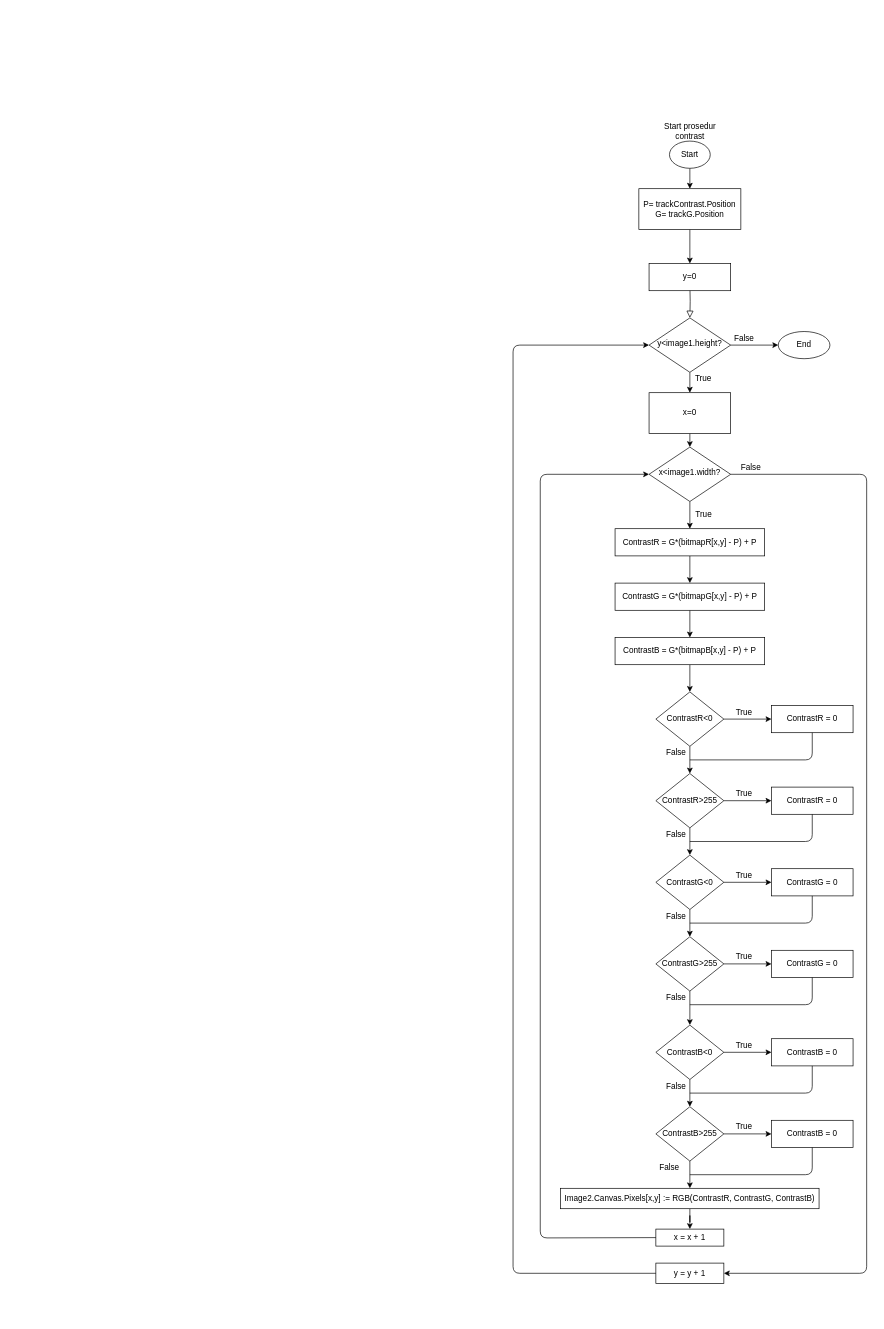
NRZero1/Image_Enhancement keeps this draw.io diagram as Flowchart/Contrast.drawio. Above is the earlier version. Source tidied: cells renumbered, new cells numbered last; positions are measured from the earlier drawing's top-left corner, leaving out a move shared by most shapes. Both pictures are drawn from the tidied source at 68%, with x=0, y=0 at pixel (513, 120).
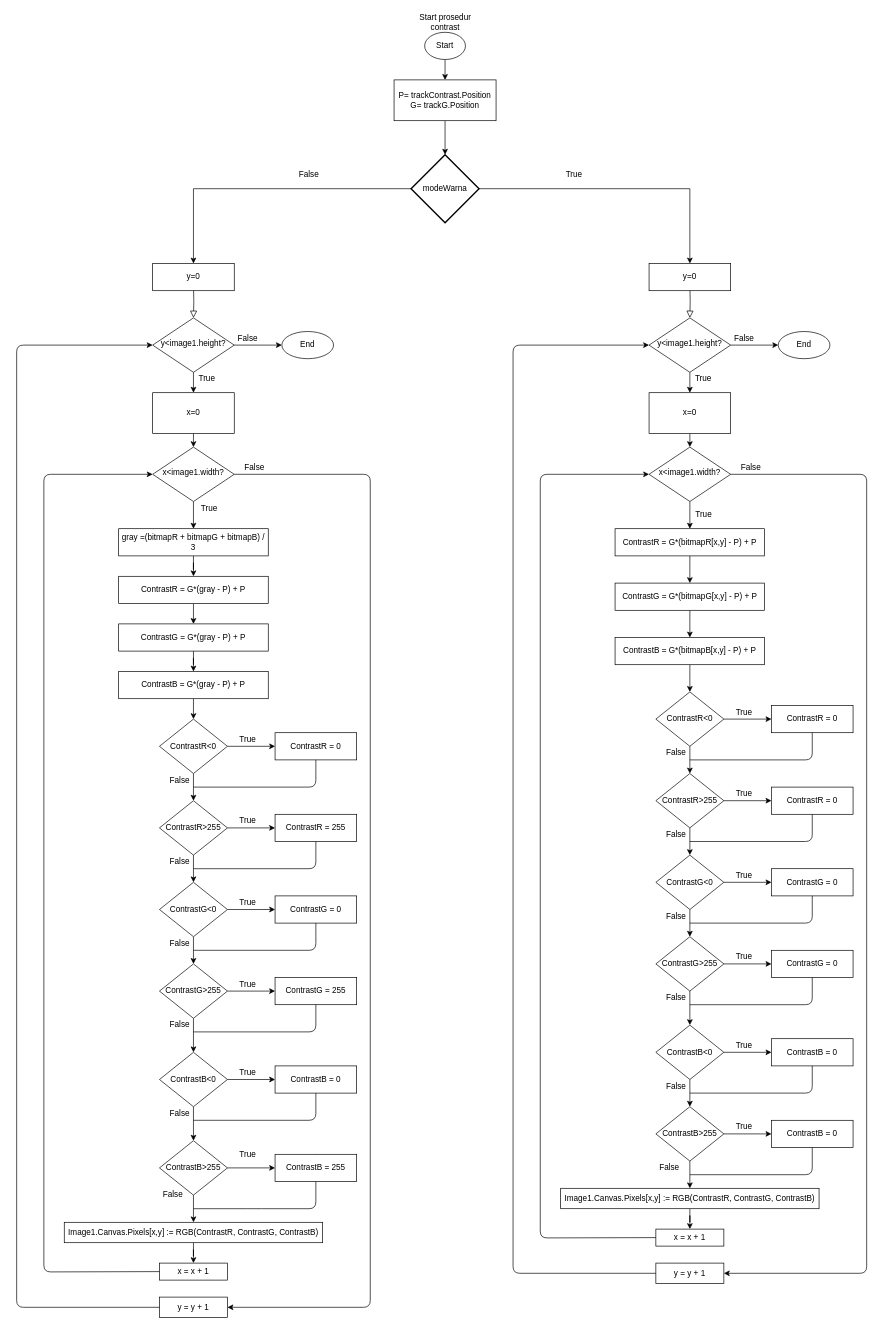
The same page after the edit.

The change refers to these unchanged cells:
```xml
<mxCell id="18" value="y=0" style="rounded=0;whiteSpace=wrap;html=1;" parent="1" vertex="1">
  <mxGeometry x="200" y="210" width="120" height="40" as="geometry" />
</mxCell>
```

Diff of the diagram source:
```diff
@@
     <mxCell id="8" value="Start" style="ellipse;whiteSpace=wrap;html=1;" parent="1" vertex="1">
-      <mxGeometry x="230" y="30" width="60" height="40" as="geometry" />
+      <mxGeometry x="-130" y="-130" width="60" height="40" as="geometry" />
     </mxCell>
     <mxCell id="9" value="&lt;div&gt;Start prosedur&lt;/div&gt;&lt;div&gt;contrast&lt;br&gt;&lt;/div&gt;" style="text;html=1;align=center;verticalAlign=middle;" parent="1" vertex="1">
-      <mxGeometry x="215" width="90" height="30" as="geometry" />
+      <mxGeometry x="-145" y="-160" width="90" height="30" as="geometry" />
     </mxCell>
@@
-    <mxCell id="19" style="edgeStyle=orthogonalEdgeStyle;rounded=0;jettySize=auto;html=1;exitX=0.5;exitY=1;exitDx=0;exitDy=0;entryX=0.5;entryY=0;entryDx=0;entryDy=0;" parent="1" edge="1" source="20" target="18">
-      <mxGeometry relative="1" as="geometry" />
-    </mxCell>
+    <mxCell id="76" style="edgeStyle=orthogonalEdgeStyle;rounded=0;jettySize=auto;html=1;entryX=0.5;entryY=0;entryDx=0;entryDy=0;entryPerimeter=0;" parent="1" edge="1" source="20" target="79">
+      <mxGeometry relative="1" as="geometry" />
+    </mxCell>
     <mxCell id="20" value="&lt;div&gt;P= trackContrast.Position&lt;/div&gt;&lt;div&gt;G= trackG.Position&lt;br&gt;&lt;/div&gt;" style="rounded=0;whiteSpace=wrap;html=1;" parent="1" vertex="1">
-      <mxGeometry x="185" y="100" width="150" height="60" as="geometry" />
+      <mxGeometry x="-175" y="-60" width="150" height="60" as="geometry" />
     </mxCell>
@@
-    <mxCell id="69" value="Image2.Canvas.Pixels[x,y] := RGB(ContrastR, ContrastG, ContrastB)" style="whiteSpace=wrap;html=1;" parent="1" vertex="1">
+    <mxCell id="69" value="Image1.Canvas.Pixels[x,y] := RGB(ContrastR, ContrastG, ContrastB)" style="whiteSpace=wrap;html=1;" parent="1" vertex="1">
       <mxGeometry x="70" y="1570" width="380" height="30" as="geometry" />
     </mxCell>
@@
+    <mxCell id="77" style="edgeStyle=orthogonalEdgeStyle;rounded=0;jettySize=auto;html=1;" parent="1" edge="1" source="79" target="18">
+      <mxGeometry relative="1" as="geometry" />
+    </mxCell>
+    <mxCell id="78" style="edgeStyle=orthogonalEdgeStyle;rounded=0;jettySize=auto;html=1;entryX=0.5;entryY=0;entryDx=0;entryDy=0;" parent="1" edge="1" source="79" target="94">
+      <mxGeometry relative="1" as="geometry" />
+    </mxCell>
+    <mxCell id="79" value="modeWarna" style="strokeWidth=2;html=1;shape=mxgraph.flowchart.decision;whiteSpace=wrap;" parent="1" vertex="1">
+      <mxGeometry x="-150" y="50" width="100" height="100" as="geometry" />
+    </mxCell>
+    <mxCell id="80" style="rounded=0;html=1;jettySize=auto;fontSize=11;endArrow=block;endFill=0;endSize=8;strokeWidth=1;shadow=0;labelBackgroundColor=none;edgeStyle=orthogonalEdgeStyle;" parent="1" edge="1" target="82">
+      <mxGeometry relative="1" as="geometry">
+        <mxPoint x="-470" y="240" as="sourcePoint" />
+      </mxGeometry>
+    </mxCell>
+    <mxCell id="81" style="edgeStyle=orthogonalEdgeStyle;rounded=0;jettySize=auto;html=1;exitX=0.5;exitY=1;exitDx=0;exitDy=0;entryX=0.5;entryY=0;entryDx=0;entryDy=0;" parent="1" edge="1" source="82" target="96">
+      <mxGeometry relative="1" as="geometry" />
+    </mxCell>
+    <mxCell id="82" value="y&amp;lt;image1.height?" style="rhombus;whiteSpace=wrap;html=1;shadow=0;fontFamily=Helvetica;fontSize=12;align=center;strokeWidth=1;spacing=6;spacingTop=-4;" parent="1" vertex="1">
+      <mxGeometry x="-530" y="290" width="120" height="80" as="geometry" />
+    </mxCell>
+    <mxCell id="83" style="edgeStyle=orthogonalEdgeStyle;rounded=0;jettySize=auto;html=1;exitX=0.5;exitY=1;exitDx=0;exitDy=0;" parent="1" edge="1" source="153" target="98">
+      <mxGeometry relative="1" as="geometry" />
+    </mxCell>
+    <mxCell id="84" style="edgeStyle=orthogonalEdgeStyle;rounded=0;jettySize=auto;html=1;exitX=0.5;exitY=1;exitDx=0;exitDy=0;" parent="1" edge="1" source="85" target="153">
+      <mxGeometry relative="1" as="geometry" />
+    </mxCell>
+    <mxCell id="85" value="x&amp;lt;image1.width?" style="rhombus;whiteSpace=wrap;html=1;shadow=0;fontFamily=Helvetica;fontSize=12;align=center;strokeWidth=1;spacing=6;spacingTop=-4;" parent="1" vertex="1">
+      <mxGeometry x="-530" y="480" width="120" height="80" as="geometry" />
+    </mxCell>
+    <mxCell id="86" value="End" style="ellipse;whiteSpace=wrap;html=1;" parent="1" vertex="1">
+      <mxGeometry x="-340" y="310" width="76" height="40" as="geometry" />
+    </mxCell>
+    <mxCell id="87" value="False" style="text;html=1;strokeColor=none;fillColor=none;align=center;verticalAlign=middle;whiteSpace=wrap;rounded=0;" parent="1" vertex="1">
+      <mxGeometry x="-410" y="310" width="40" height="20" as="geometry" />
+    </mxCell>
+    <mxCell id="88" style="endArrow=classic;html=1;exitX=1;exitY=0.5;exitDx=0;exitDy=0;entryX=0;entryY=0.5;entryDx=0;entryDy=0;" parent="1" edge="1" source="82" target="86">
+      <mxGeometry relative="1" as="geometry" />
+    </mxCell>
+    <mxCell id="89" value="True" style="text;html=1;strokeColor=none;fillColor=none;align=center;verticalAlign=middle;whiteSpace=wrap;rounded=0;" parent="1" vertex="1">
+      <mxGeometry x="-470" y="370" width="40" height="20" as="geometry" />
+    </mxCell>
+    <mxCell id="90" value="True" style="text;html=1;align=center;verticalAlign=middle;" parent="1" vertex="1">
+      <mxGeometry x="-467" y="561" width="40" height="20" as="geometry" />
+    </mxCell>
+    <mxCell id="91" style="edgeStyle=orthogonalEdgeStyle;rounded=0;jettySize=auto;html=1;" parent="1" edge="1" source="92" target="107">
+      <mxGeometry relative="1" as="geometry" />
+    </mxCell>
+    <mxCell id="92" value="ContrastR&amp;lt;0" style="rhombus;whiteSpace=wrap;html=1;" parent="1" vertex="1">
+      <mxGeometry x="-520" y="880" width="100" height="80" as="geometry" />
+    </mxCell>
+    <mxCell id="93" style="endArrow=classic;html=1;exitX=1;exitY=0.5;exitDx=0;exitDy=0;entryX=0;entryY=0.5;entryDx=0;entryDy=0;" parent="1" edge="1" source="92" target="103">
+      <mxGeometry relative="1" as="geometry" />
+    </mxCell>
+    <mxCell id="94" value="y=0" style="rounded=0;whiteSpace=wrap;html=1;" parent="1" vertex="1">
+      <mxGeometry x="-530" y="210" width="120" height="40" as="geometry" />
+    </mxCell>
+    <mxCell id="95" style="edgeStyle=orthogonalEdgeStyle;rounded=0;jettySize=auto;html=1;exitX=0.5;exitY=1;exitDx=0;exitDy=0;entryX=0.5;entryY=0;entryDx=0;entryDy=0;" parent="1" edge="1" source="96" target="85">
+      <mxGeometry relative="1" as="geometry" />
+    </mxCell>
+    <mxCell id="96" value="x=0" style="rounded=0;whiteSpace=wrap;html=1;" parent="1" vertex="1">
+      <mxGeometry x="-530" y="400" width="120" height="60" as="geometry" />
+    </mxCell>
+    <mxCell id="97" style="edgeStyle=orthogonalEdgeStyle;rounded=0;jettySize=auto;html=1;exitX=0.5;exitY=1;exitDx=0;exitDy=0;entryX=0.5;entryY=0;entryDx=0;entryDy=0;" parent="1" edge="1" source="98" target="100">
+      <mxGeometry relative="1" as="geometry" />
+    </mxCell>
+    <mxCell id="98" value="ContrastR = G*(gray - P) + P" style="rounded=0;whiteSpace=wrap;html=1;" parent="1" vertex="1">
+      <mxGeometry x="-580" y="670" width="220" height="40" as="geometry" />
+    </mxCell>
+    <mxCell id="99" style="edgeStyle=orthogonalEdgeStyle;rounded=0;jettySize=auto;html=1;exitX=0.5;exitY=1;exitDx=0;exitDy=0;" parent="1" edge="1" source="100" target="102">
+      <mxGeometry relative="1" as="geometry" />
+    </mxCell>
+    <mxCell id="100" value="ContrastG = G*(gray - P) + P" style="rounded=0;whiteSpace=wrap;html=1;" parent="1" vertex="1">
+      <mxGeometry x="-580" y="740" width="220" height="40" as="geometry" />
+    </mxCell>
+    <mxCell id="101" style="edgeStyle=orthogonalEdgeStyle;rounded=0;jettySize=auto;html=1;exitX=0.5;exitY=1;exitDx=0;exitDy=0;entryX=0.5;entryY=0;entryDx=0;entryDy=0;" parent="1" edge="1" source="102" target="92">
+      <mxGeometry relative="1" as="geometry" />
+    </mxCell>
+    <mxCell id="102" value="ContrastB = G*(gray - P) + P" style="rounded=0;whiteSpace=wrap;html=1;" parent="1" vertex="1">
+      <mxGeometry x="-580" y="810" width="220" height="40" as="geometry" />
+    </mxCell>
+    <mxCell id="103" value="ContrastR = 0" style="rounded=0;whiteSpace=wrap;html=1;" parent="1" vertex="1">
+      <mxGeometry x="-350" y="900" width="120" height="40" as="geometry" />
+    </mxCell>
+    <mxCell id="104" value="True" style="text;html=1;strokeColor=none;fillColor=none;align=center;verticalAlign=middle;whiteSpace=wrap;rounded=0;" parent="1" vertex="1">
+      <mxGeometry x="-410" y="900" width="40" height="20" as="geometry" />
+    </mxCell>
+    <mxCell id="105" style="edgeStyle=orthogonalEdgeStyle;rounded=0;jettySize=auto;html=1;" parent="1" edge="1" source="107" target="110">
+      <mxGeometry relative="1" as="geometry" />
+    </mxCell>
+    <mxCell id="106" style="edgeStyle=orthogonalEdgeStyle;rounded=0;jettySize=auto;html=1;" parent="1" edge="1" source="107" target="113">
+      <mxGeometry relative="1" as="geometry" />
+    </mxCell>
+    <mxCell id="107" value="ContrastR&amp;gt;255" style="rhombus;whiteSpace=wrap;html=1;" parent="1" vertex="1">
+      <mxGeometry x="-520" y="1000" width="100" height="80" as="geometry" />
+    </mxCell>
+    <mxCell id="108" style="endArrow=none;html=1;entryX=0.5;entryY=1;entryDx=0;entryDy=0;" parent="1" edge="1" target="103">
+      <mxGeometry relative="1" as="geometry">
+        <mxPoint x="-470" y="980" as="sourcePoint" />
+        <Array as="points">
+          <mxPoint x="-290" y="980" />
+        </Array>
+      </mxGeometry>
+    </mxCell>
+    <mxCell id="109" value="False" style="text;html=1;strokeColor=none;fillColor=none;align=center;verticalAlign=middle;whiteSpace=wrap;rounded=0;" parent="1" vertex="1">
+      <mxGeometry x="-510" y="1450" width="40" height="20" as="geometry" />
+    </mxCell>
+    <mxCell id="110" value="ContrastR = 255" style="rounded=0;whiteSpace=wrap;html=1;" parent="1" vertex="1">
+      <mxGeometry x="-350" y="1020" width="120" height="40" as="geometry" />
+    </mxCell>
+    <mxCell id="111" style="edgeStyle=orthogonalEdgeStyle;rounded=0;jettySize=auto;html=1;" parent="1" edge="1" source="113" target="114">
+      <mxGeometry relative="1" as="geometry" />
+    </mxCell>
+    <mxCell id="112" style="edgeStyle=orthogonalEdgeStyle;rounded=0;jettySize=auto;html=1;" parent="1" edge="1" source="113" target="117">
+      <mxGeometry relative="1" as="geometry" />
+    </mxCell>
+    <mxCell id="113" value="ContrastG&amp;lt;0" style="rhombus;whiteSpace=wrap;html=1;" parent="1" vertex="1">
+      <mxGeometry x="-520" y="1120" width="100" height="80" as="geometry" />
+    </mxCell>
+    <mxCell id="114" value="ContrastG = 0" style="rounded=0;whiteSpace=wrap;html=1;" parent="1" vertex="1">
+      <mxGeometry x="-350" y="1140" width="120" height="40" as="geometry" />
+    </mxCell>
+    <mxCell id="115" style="edgeStyle=orthogonalEdgeStyle;rounded=0;jettySize=auto;html=1;" parent="1" edge="1" source="117" target="118">
+      <mxGeometry relative="1" as="geometry" />
+    </mxCell>
+    <mxCell id="116" style="edgeStyle=orthogonalEdgeStyle;rounded=0;jettySize=auto;html=1;" parent="1" edge="1" source="117" target="121">
+      <mxGeometry relative="1" as="geometry" />
+    </mxCell>
+    <mxCell id="117" value="ContrastG&amp;gt;255" style="rhombus;whiteSpace=wrap;html=1;" parent="1" vertex="1">
+      <mxGeometry x="-520" y="1240" width="100" height="80" as="geometry" />
+    </mxCell>
+    <mxCell id="118" value="ContrastG = 255" style="rounded=0;whiteSpace=wrap;html=1;" parent="1" vertex="1">
+      <mxGeometry x="-350" y="1260" width="120" height="40" as="geometry" />
+    </mxCell>
+    <mxCell id="119" style="edgeStyle=orthogonalEdgeStyle;rounded=0;jettySize=auto;html=1;" parent="1" edge="1" source="121" target="125">
+      <mxGeometry relative="1" as="geometry" />
+    </mxCell>
+    <mxCell id="120" style="edgeStyle=orthogonalEdgeStyle;rounded=0;jettySize=auto;html=1;" parent="1" edge="1" source="121" target="128">
+      <mxGeometry relative="1" as="geometry" />
+    </mxCell>
+    <mxCell id="121" value="ContrastB&amp;lt;0" style="rhombus;whiteSpace=wrap;html=1;" parent="1" vertex="1">
+      <mxGeometry x="-520" y="1370" width="100" height="80" as="geometry" />
+    </mxCell>
+    <mxCell id="122" style="endArrow=none;html=1;entryX=0.5;entryY=1;entryDx=0;entryDy=0;" parent="1" edge="1">
+      <mxGeometry relative="1" as="geometry">
+        <mxPoint x="-470" y="1100" as="sourcePoint" />
+        <mxPoint x="-290" y="1060" as="targetPoint" />
+        <Array as="points">
+          <mxPoint x="-290" y="1100" />
+        </Array>
+      </mxGeometry>
+    </mxCell>
+    <mxCell id="123" style="endArrow=none;html=1;entryX=0.5;entryY=1;entryDx=0;entryDy=0;" parent="1" edge="1">
+      <mxGeometry relative="1" as="geometry">
+        <mxPoint x="-470" y="1220" as="sourcePoint" />
+        <mxPoint x="-290" y="1180" as="targetPoint" />
+        <Array as="points">
+          <mxPoint x="-290" y="1220" />
+        </Array>
+      </mxGeometry>
+    </mxCell>
+    <mxCell id="124" style="endArrow=none;html=1;entryX=0.5;entryY=1;entryDx=0;entryDy=0;" parent="1" edge="1">
+      <mxGeometry relative="1" as="geometry">
+        <mxPoint x="-470" y="1340" as="sourcePoint" />
+        <mxPoint x="-290" y="1300" as="targetPoint" />
+        <Array as="points">
+          <mxPoint x="-290" y="1340" />
+        </Array>
+      </mxGeometry>
+    </mxCell>
+    <mxCell id="125" value="ContrastB = 0" style="rounded=0;whiteSpace=wrap;html=1;" parent="1" vertex="1">
+      <mxGeometry x="-350" y="1390" width="120" height="40" as="geometry" />
+    </mxCell>
+    <mxCell id="126" style="edgeStyle=orthogonalEdgeStyle;rounded=0;jettySize=auto;html=1;" parent="1" edge="1" source="128" target="151">
+      <mxGeometry relative="1" as="geometry" />
+    </mxCell>
+    <mxCell id="127" style="edgeStyle=orthogonalEdgeStyle;rounded=0;jettySize=auto;html=1;" parent="1" edge="1" source="128" target="142">
+      <mxGeometry relative="1" as="geometry" />
+    </mxCell>
+    <mxCell id="128" value="ContrastB&amp;gt;255" style="rhombus;whiteSpace=wrap;html=1;" parent="1" vertex="1">
+      <mxGeometry x="-520" y="1500" width="100" height="80" as="geometry" />
+    </mxCell>
+    <mxCell id="129" style="endArrow=none;html=1;entryX=0.5;entryY=1;entryDx=0;entryDy=0;" parent="1" edge="1">
+      <mxGeometry relative="1" as="geometry">
+        <mxPoint x="-470" y="1470" as="sourcePoint" />
+        <mxPoint x="-290" y="1430" as="targetPoint" />
+        <Array as="points">
+          <mxPoint x="-290" y="1470" />
+        </Array>
+      </mxGeometry>
+    </mxCell>
+    <mxCell id="130" style="endArrow=none;html=1;" parent="1" edge="1" source="151">
+      <mxGeometry relative="1" as="geometry">
+        <mxPoint x="-290" y="1530" as="targetPoint" />
+      </mxGeometry>
+    </mxCell>
+    <mxCell id="131" value="True" style="text;html=1;strokeColor=none;fillColor=none;align=center;verticalAlign=middle;whiteSpace=wrap;rounded=0;" parent="1" vertex="1">
+      <mxGeometry x="-410" y="1260" width="40" height="20" as="geometry" />
+    </mxCell>
+    <mxCell id="132" value="False" style="text;html=1;strokeColor=none;fillColor=none;align=center;verticalAlign=middle;whiteSpace=wrap;rounded=0;" parent="1" vertex="1">
+      <mxGeometry x="-510" y="960" width="40" height="20" as="geometry" />
+    </mxCell>
+    <mxCell id="133" value="True" style="text;html=1;strokeColor=none;fillColor=none;align=center;verticalAlign=middle;whiteSpace=wrap;rounded=0;" parent="1" vertex="1">
+      <mxGeometry x="-410" y="1020" width="40" height="20" as="geometry" />
+    </mxCell>
+    <mxCell id="134" value="False" style="text;html=1;strokeColor=none;fillColor=none;align=center;verticalAlign=middle;whiteSpace=wrap;rounded=0;" parent="1" vertex="1">
+      <mxGeometry x="-510" y="1200" width="40" height="20" as="geometry" />
+    </mxCell>
+    <mxCell id="135" value="True" style="text;html=1;strokeColor=none;fillColor=none;align=center;verticalAlign=middle;whiteSpace=wrap;rounded=0;" parent="1" vertex="1">
+      <mxGeometry x="-410" y="1390" width="40" height="20" as="geometry" />
+    </mxCell>
+    <mxCell id="136" value="False" style="text;html=1;strokeColor=none;fillColor=none;align=center;verticalAlign=middle;whiteSpace=wrap;rounded=0;" parent="1" vertex="1">
+      <mxGeometry x="-510" y="1080" width="40" height="20" as="geometry" />
+    </mxCell>
+    <mxCell id="137" value="True" style="text;html=1;strokeColor=none;fillColor=none;align=center;verticalAlign=middle;whiteSpace=wrap;rounded=0;" parent="1" vertex="1">
+      <mxGeometry x="-410" y="1140" width="40" height="20" as="geometry" />
+    </mxCell>
+    <mxCell id="138" value="False" style="text;html=1;strokeColor=none;fillColor=none;align=center;verticalAlign=middle;whiteSpace=wrap;rounded=0;" parent="1" vertex="1">
+      <mxGeometry x="-510" y="1320" width="40" height="20" as="geometry" />
+    </mxCell>
+    <mxCell id="139" value="True" style="text;html=1;strokeColor=none;fillColor=none;align=center;verticalAlign=middle;whiteSpace=wrap;rounded=0;" parent="1" vertex="1">
+      <mxGeometry x="-410" y="1510" width="40" height="20" as="geometry" />
+    </mxCell>
+    <mxCell id="140" value="False" style="text;html=1;strokeColor=none;fillColor=none;align=center;verticalAlign=middle;whiteSpace=wrap;rounded=0;" parent="1" vertex="1">
+      <mxGeometry x="-520" y="1570" width="40" height="20" as="geometry" />
+    </mxCell>
+    <mxCell id="141" style="edgeStyle=orthogonalEdgeStyle;rounded=0;jettySize=auto;html=1;" parent="1" edge="1" source="142" target="143">
+      <mxGeometry relative="1" as="geometry" />
+    </mxCell>
+    <mxCell id="142" value="Image1.Canvas.Pixels[x,y] := RGB(ContrastR, ContrastG, ContrastB)" style="whiteSpace=wrap;html=1;" parent="1" vertex="1">
+      <mxGeometry x="-660" y="1620" width="380" height="30" as="geometry" />
+    </mxCell>
+    <mxCell id="143" value="x = x + 1" style="whiteSpace=wrap;html=1;" parent="1" vertex="1">
+      <mxGeometry x="-520" y="1680" width="100" height="25" as="geometry" />
+    </mxCell>
+    <mxCell id="144" style="endArrow=classic;html=1;exitX=0;exitY=0.5;exitDx=0;exitDy=0;entryX=0;entryY=0.5;entryDx=0;entryDy=0;" parent="1" edge="1" source="143" target="85">
+      <mxGeometry relative="1" as="geometry">
+        <Array as="points">
+          <mxPoint x="-690" y="1693" />
+          <mxPoint x="-690" y="520" />
+        </Array>
+      </mxGeometry>
+    </mxCell>
+    <mxCell id="145" value="y = y + 1" style="rounded=0;whiteSpace=wrap;html=1;" parent="1" vertex="1">
+      <mxGeometry x="-520" y="1730" width="100" height="30" as="geometry" />
+    </mxCell>
+    <mxCell id="146" style="endArrow=classic;html=1;exitX=1;exitY=0.5;exitDx=0;exitDy=0;entryX=1;entryY=0.5;entryDx=0;entryDy=0;" parent="1" edge="1" source="85" target="145">
+      <mxGeometry relative="1" as="geometry">
+        <Array as="points">
+          <mxPoint x="-210" y="520" />
+          <mxPoint x="-210" y="1745" />
+        </Array>
+      </mxGeometry>
+    </mxCell>
+    <mxCell id="147" style="endArrow=classic;html=1;exitX=0;exitY=0.5;exitDx=0;exitDy=0;entryX=0;entryY=0.5;entryDx=0;entryDy=0;" parent="1" edge="1" source="145" target="82">
+      <mxGeometry relative="1" as="geometry">
+        <Array as="points">
+          <mxPoint x="-730" y="1745" />
+          <mxPoint x="-730" y="330" />
+        </Array>
+      </mxGeometry>
+    </mxCell>
+    <mxCell id="148" value="False" style="text;html=1;strokeColor=none;fillColor=none;align=center;verticalAlign=middle;whiteSpace=wrap;rounded=0;" parent="1" vertex="1">
+      <mxGeometry x="-400" y="500" width="40" height="20" as="geometry" />
+    </mxCell>
+    <mxCell id="149" value="True" style="text;html=1;strokeColor=none;fillColor=none;align=center;verticalAlign=middle;whiteSpace=wrap;rounded=0;" parent="1" vertex="1">
+      <mxGeometry x="70" y="70" width="40" height="20" as="geometry" />
+    </mxCell>
+    <mxCell id="150" value="False" style="text;html=1;strokeColor=none;fillColor=none;align=center;verticalAlign=middle;whiteSpace=wrap;rounded=0;" parent="1" vertex="1">
+      <mxGeometry x="-320" y="70" width="40" height="20" as="geometry" />
+    </mxCell>
+    <mxCell id="151" value="ContrastB = 255" style="rounded=0;whiteSpace=wrap;html=1;" parent="1" vertex="1">
+      <mxGeometry x="-350" y="1520" width="120" height="40" as="geometry" />
+    </mxCell>
+    <mxCell id="152" style="endArrow=none;html=1;" parent="1" edge="1" target="151">
+      <mxGeometry relative="1" as="geometry">
+        <mxPoint x="-470" y="1600" as="sourcePoint" />
+        <Array as="points">
+          <mxPoint x="-380" y="1600" />
+          <mxPoint x="-290" y="1600" />
+        </Array>
+      </mxGeometry>
+    </mxCell>
+    <mxCell id="153" value="gray =(bitmapR + bitmapG + bitmapB) / 3" style="rounded=0;whiteSpace=wrap;html=1;" parent="1" vertex="1">
+      <mxGeometry x="-580" y="600" width="220" height="40" as="geometry" />
+    </mxCell>
```
